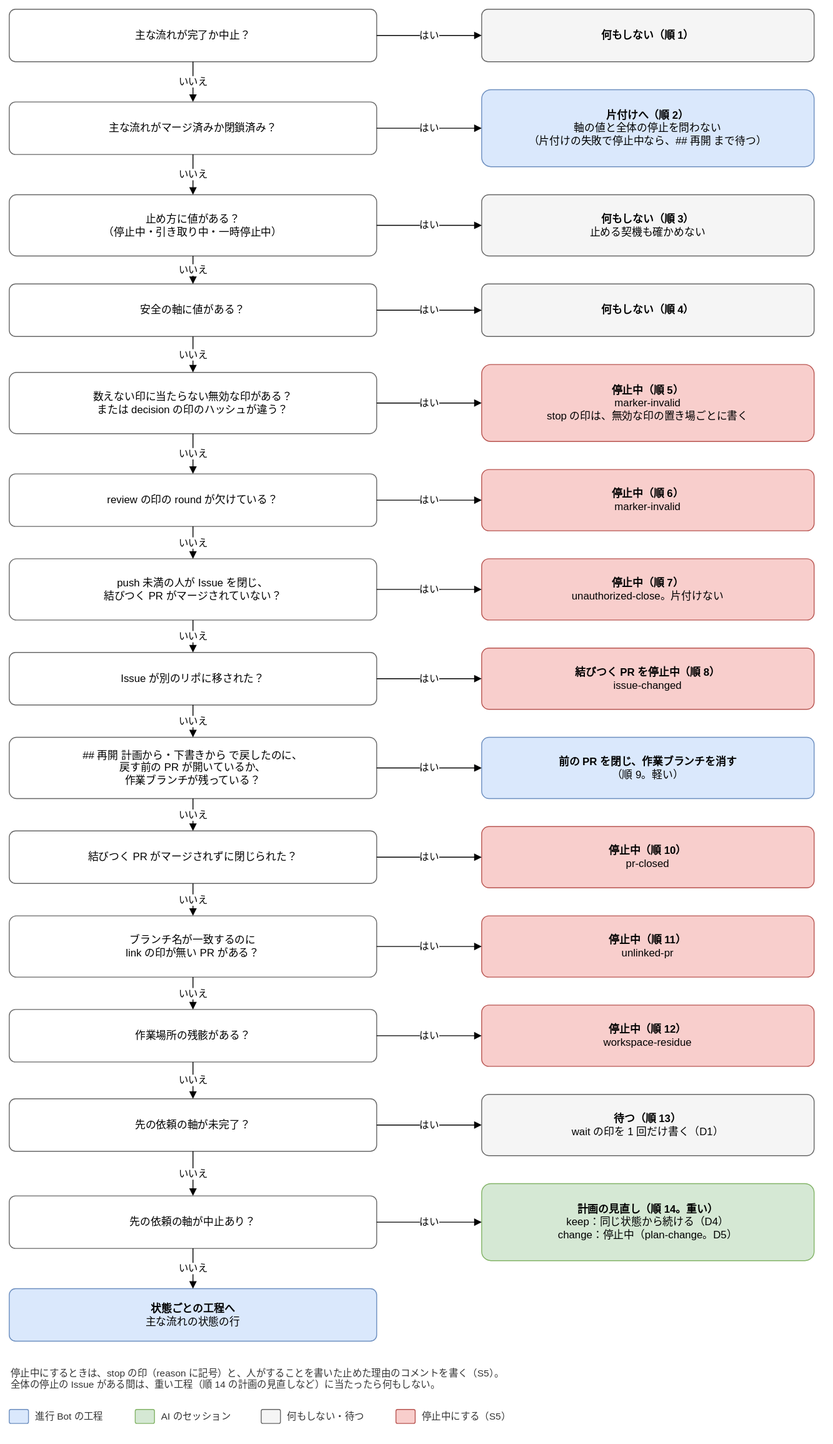
Earlier version of the draw.io export docs/design/basic/diagrams/02-next-step-stops.drawio.svg (Joymerrevent/dev-autopilot). Source tidied: cells renumbered, new cells last; positions are measured from the earlier drawing's top-left corner, leaving out a move shared by most shapes.
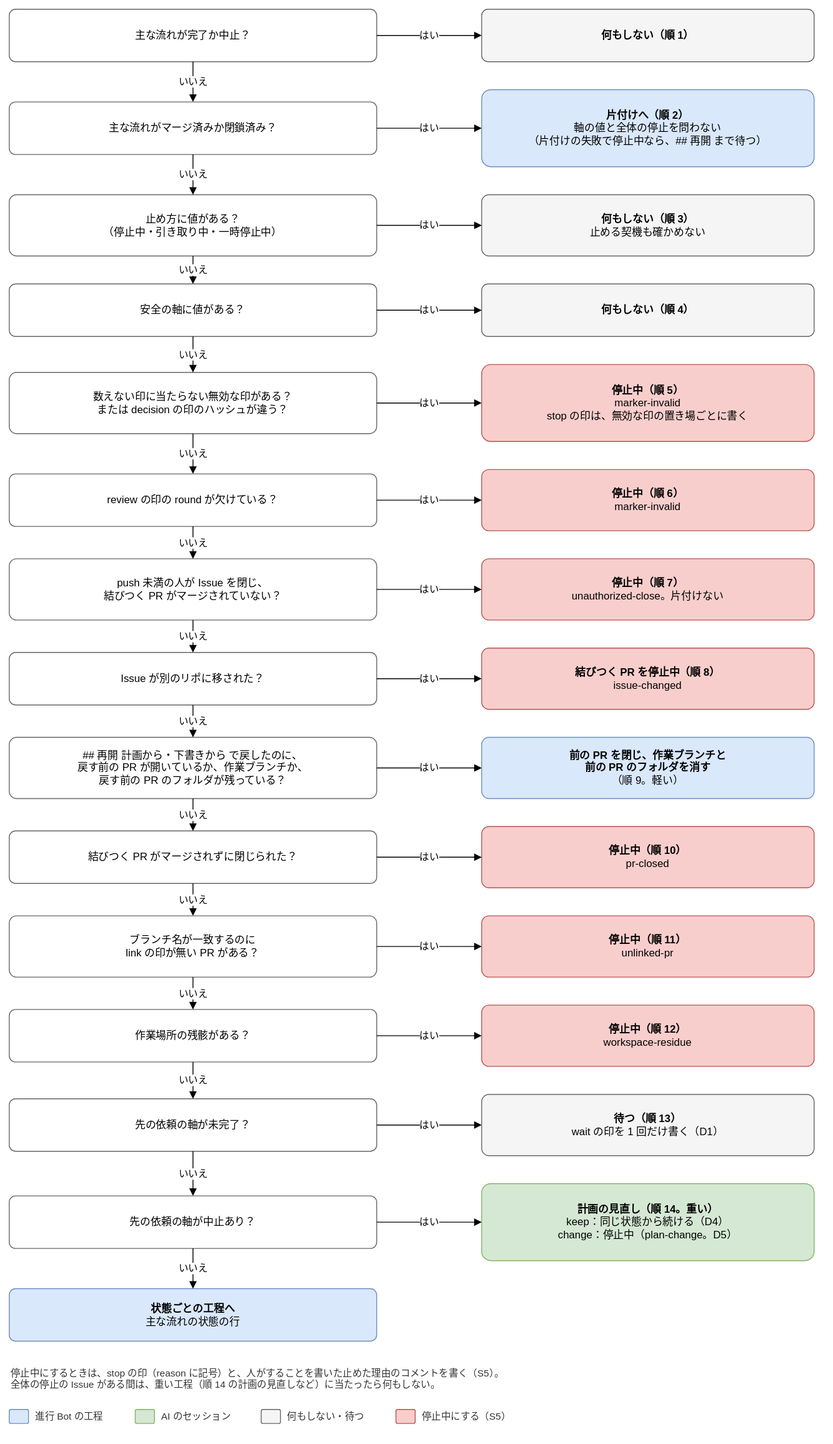
Later version of the same file.

What changed in the source:
```diff
@@ -95,10 +95,10 @@
     <mxCell id="32" value="いいえ" style="edgeStyle=orthogonalEdgeStyle;rounded=1;html=1;endArrow=block;endFill=1;fontSize=11;labelBackgroundColor=#ffffff;exitX=0.5;exitY=1;exitDx=0;exitDy=0;entryX=0.5;entryY=0;entryDx=0;entryDy=0;" parent="1" edge="1" source="25" target="29">
       <mxGeometry relative="1" as="geometry" />
     </mxCell>
-    <mxCell id="33" value="## 再開 計画から・下書きから で戻したのに、&lt;br&gt;戻す前の PR が開いているか、&lt;br&gt;作業ブランチが残っている？" style="rounded=1;whiteSpace=wrap;html=1;fontSize=12;arcSize=12;spacing=12;fillColor=#ffffff;strokeColor=#666666;" parent="1" vertex="1">
+    <mxCell id="33" value="## 再開 計画から・下書きから で戻したのに、&lt;br&gt;戻す前の PR が開いているか、作業ブランチか、&lt;br&gt;戻す前の PR のフォルダが残っている？" style="rounded=1;whiteSpace=wrap;html=1;fontSize=12;arcSize=12;spacing=12;fillColor=#ffffff;strokeColor=#666666;" parent="1" vertex="1">
       <mxGeometry y="832" width="420" height="70" as="geometry" />
     </mxCell>
-    <mxCell id="34" value="&lt;b&gt;前の PR を閉じ、作業ブランチを消す&lt;/b&gt;&lt;br&gt;（順 9。軽い）" style="rounded=1;whiteSpace=wrap;html=1;fontSize=12;arcSize=12;spacing=12;fillColor=#dae8fc;strokeColor=#6c8ebf;" parent="1" vertex="1">
+    <mxCell id="34" value="&lt;b&gt;前の PR を閉じ、作業ブランチと&lt;br&gt;前の PR のフォルダを消す&lt;/b&gt;&lt;br&gt;（順 9。軽い）" style="rounded=1;whiteSpace=wrap;html=1;fontSize=12;arcSize=12;spacing=12;fillColor=#dae8fc;strokeColor=#6c8ebf;" parent="1" vertex="1">
       <mxGeometry x="540" y="832" width="380" height="70" as="geometry" />
     </mxCell>
     <mxCell id="35" value="はい" style="edgeStyle=orthogonalEdgeStyle;rounded=1;html=1;endArrow=block;endFill=1;fontSize=11;labelBackgroundColor=#ffffff;exitX=1;exitY=0.5;exitDx=0;exitDy=0;entryX=0;entryY=0.5;entryDx=0;entryDy=0;" parent="1" edge="1" source="33" target="34">
```
